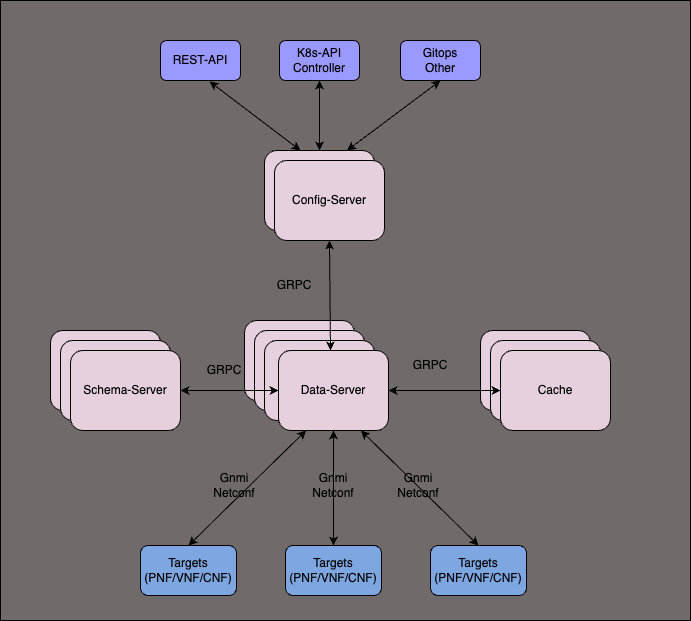
Above: docs/diagrams/sdc-architecture.drawio.png in sdcio/docs (draw.io), before the change. Source tidied: cells renumbered, new cells last; positions are measured from the earlier drawing's top-left corner, leaving out a move shared by most shapes. Source of this version:
```xml
<mxGraphModel>
  <root>
    <mxCell id="0" />
    <mxCell id="1" parent="0" />
    <mxCell id="2" style="rounded=0;whiteSpace=wrap;html=1;fillColor=#716A6A;" parent="1" vertex="1">
      <mxGeometry width="690" height="620" as="geometry" />
    </mxCell>
    <mxCell id="3" style="group;" parent="1" vertex="1">
      <mxGeometry x="50" y="40" width="560" height="555" as="geometry" />
    </mxCell>
    <mxCell id="4" value="Config-Server" style="rounded=1;whiteSpace=wrap;html=1;fillColor=#E6D0DE;" parent="3" vertex="1">
      <mxGeometry x="214" y="110" width="110" height="80" as="geometry" />
    </mxCell>
    <mxCell id="5" value="Gitops&lt;br&gt;Other" style="rounded=1;whiteSpace=wrap;html=1;fillColor=#9999FF;" parent="3" vertex="1">
      <mxGeometry x="350" width="80" height="40" as="geometry" />
    </mxCell>
    <mxCell id="6" value="REST-API" style="rounded=1;whiteSpace=wrap;html=1;fillColor=#9999FF;" parent="3" vertex="1">
      <mxGeometry x="110" width="80" height="40" as="geometry" />
    </mxCell>
    <mxCell id="7" value="K8s-API&lt;br&gt;Controller" style="rounded=1;whiteSpace=wrap;html=1;fillColor=#9999FF;" parent="3" vertex="1">
      <mxGeometry x="229" width="80" height="40" as="geometry" />
    </mxCell>
    <mxCell id="8" style="endArrow=classic;startArrow=classic;html=1;rounded=0;entryX=0.613;entryY=1.025;entryDx=0;entryDy=0;entryPerimeter=0;exitX=0.327;exitY=0;exitDx=0;exitDy=0;exitPerimeter=0;" parent="3" edge="1" source="4" target="6">
      <mxGeometry relative="1" as="geometry" />
    </mxCell>
    <mxCell id="9" style="endArrow=classic;startArrow=classic;html=1;rounded=0;entryX=0.5;entryY=1;entryDx=0;entryDy=0;exitX=0.5;exitY=0;exitDx=0;exitDy=0;" parent="3" edge="1" source="4" target="7">
      <mxGeometry relative="1" as="geometry" />
    </mxCell>
    <mxCell id="10" style="endArrow=classic;startArrow=classic;html=1;rounded=0;entryX=0.5;entryY=1;entryDx=0;entryDy=0;exitX=0.75;exitY=0;exitDx=0;exitDy=0;" parent="3" edge="1" source="4" target="5">
      <mxGeometry relative="1" as="geometry" />
    </mxCell>
    <mxCell id="11" value="Config-Server" style="rounded=1;whiteSpace=wrap;html=1;fillColor=#E6D0DE;" parent="3" vertex="1">
      <mxGeometry x="194" y="280" width="110" height="80" as="geometry" />
    </mxCell>
    <mxCell id="12" value="Config-Server" style="rounded=1;whiteSpace=wrap;html=1;fillColor=#E6D0DE;" parent="3" vertex="1">
      <mxGeometry x="224" y="120" width="110" height="80" as="geometry" />
    </mxCell>
    <mxCell id="13" value="Config-Server" style="rounded=1;whiteSpace=wrap;html=1;fillColor=#E6D0DE;" parent="3" vertex="1">
      <mxGeometry x="204" y="290" width="110" height="80" as="geometry" />
    </mxCell>
    <mxCell id="14" value="Config-Server" style="rounded=1;whiteSpace=wrap;html=1;fillColor=#E6D0DE;" parent="3" vertex="1">
      <mxGeometry x="214" y="300" width="110" height="80" as="geometry" />
    </mxCell>
    <mxCell id="15" value="Schema-Server" style="rounded=1;whiteSpace=wrap;html=1;fillColor=#E6D0DE;" parent="3" vertex="1">
      <mxGeometry y="290" width="110" height="80" as="geometry" />
    </mxCell>
    <mxCell id="16" value="Schema-Server" style="rounded=1;whiteSpace=wrap;html=1;fillColor=#E6D0DE;" parent="3" vertex="1">
      <mxGeometry x="10" y="300" width="110" height="80" as="geometry" />
    </mxCell>
    <mxCell id="17" value="Schema-Server" style="rounded=1;whiteSpace=wrap;html=1;fillColor=#E6D0DE;" parent="3" vertex="1">
      <mxGeometry x="430" y="290" width="110" height="80" as="geometry" />
    </mxCell>
    <mxCell id="18" value="Cache" style="rounded=1;whiteSpace=wrap;html=1;fillColor=#E6D0DE;" parent="3" vertex="1">
      <mxGeometry x="440" y="300" width="110" height="80" as="geometry" />
    </mxCell>
    <mxCell id="19" value="Data-Server" style="rounded=1;whiteSpace=wrap;html=1;fillColor=#E6D0DE;" parent="3" vertex="1">
      <mxGeometry x="228" y="310" width="110" height="80" as="geometry" />
    </mxCell>
    <mxCell id="20" value="Schema-Server" style="rounded=1;whiteSpace=wrap;html=1;fillColor=#E6D0DE;" parent="3" vertex="1">
      <mxGeometry x="20" y="310" width="110" height="80" as="geometry" />
    </mxCell>
    <mxCell id="21" style="endArrow=classic;startArrow=classic;html=1;rounded=0;exitX=1;exitY=0.5;exitDx=0;exitDy=0;" parent="3" edge="1" source="20" target="19">
      <mxGeometry relative="1" as="geometry" />
    </mxCell>
    <mxCell id="22" value="Cache" style="rounded=1;whiteSpace=wrap;html=1;fillColor=#E6D0DE;" parent="3" vertex="1">
      <mxGeometry x="450" y="310" width="110" height="80" as="geometry" />
    </mxCell>
    <mxCell id="23" style="endArrow=classic;startArrow=classic;html=1;rounded=0;entryX=0;entryY=0.5;entryDx=0;entryDy=0;exitX=1;exitY=0.5;exitDx=0;exitDy=0;" parent="3" edge="1" source="19" target="22">
      <mxGeometry relative="1" as="geometry" />
    </mxCell>
    <mxCell id="24" style="endArrow=classic;startArrow=classic;html=1;rounded=0;entryX=0.5;entryY=1;entryDx=0;entryDy=0;" parent="3" edge="1" target="12">
      <mxGeometry relative="1" as="geometry">
        <mxPoint x="280" y="310" as="sourcePoint" />
      </mxGeometry>
    </mxCell>
    <mxCell id="25" value="Targets&lt;br&gt;(PNF/VNF/CNF)" style="rounded=1;whiteSpace=wrap;html=1;fillColor=#7EA6E0;" parent="3" vertex="1">
      <mxGeometry x="90" y="505" width="96" height="50" as="geometry" />
    </mxCell>
    <mxCell id="26" value="Targets&lt;br&gt;(PNF/VNF/CNF)" style="rounded=1;whiteSpace=wrap;html=1;fillColor=#7EA6E0;" parent="3" vertex="1">
      <mxGeometry x="235" y="505" width="96" height="50" as="geometry" />
    </mxCell>
    <mxCell id="27" value="Targets&lt;br&gt;(PNF/VNF/CNF)" style="rounded=1;whiteSpace=wrap;html=1;fillColor=#7EA6E0;" parent="3" vertex="1">
      <mxGeometry x="380" y="505" width="96" height="50" as="geometry" />
    </mxCell>
    <mxCell id="28" style="endArrow=classic;startArrow=classic;html=1;rounded=0;exitX=0.5;exitY=0;exitDx=0;exitDy=0;entryX=0.25;entryY=1;entryDx=0;entryDy=0;" parent="3" edge="1" source="25" target="19">
      <mxGeometry relative="1" as="geometry" />
    </mxCell>
    <mxCell id="29" style="endArrow=classic;startArrow=classic;html=1;rounded=0;exitX=0.5;exitY=0;exitDx=0;exitDy=0;entryX=0.5;entryY=1;entryDx=0;entryDy=0;" parent="3" edge="1" source="26" target="19">
      <mxGeometry relative="1" as="geometry" />
    </mxCell>
    <mxCell id="30" style="endArrow=classic;startArrow=classic;html=1;rounded=0;exitX=0.5;exitY=0;exitDx=0;exitDy=0;entryX=0.75;entryY=1;entryDx=0;entryDy=0;" parent="3" edge="1" source="27" target="19">
      <mxGeometry relative="1" as="geometry" />
    </mxCell>
    <mxCell id="31" value="GRPC" style="text;html=1;strokeColor=none;fillColor=none;align=center;verticalAlign=middle;whiteSpace=wrap;rounded=0;" parent="3" vertex="1">
      <mxGeometry x="144" y="315" width="60" height="30" as="geometry" />
    </mxCell>
    <mxCell id="32" value="GRPC" style="text;html=1;strokeColor=none;fillColor=none;align=center;verticalAlign=middle;whiteSpace=wrap;rounded=0;" parent="3" vertex="1">
      <mxGeometry x="350" y="310" width="60" height="30" as="geometry" />
    </mxCell>
    <mxCell id="33" value="Gnmi&lt;br&gt;Netconf" style="text;html=1;strokeColor=none;fillColor=none;align=center;verticalAlign=middle;whiteSpace=wrap;rounded=0;" parent="3" vertex="1">
      <mxGeometry x="154" y="430" width="60" height="30" as="geometry" />
    </mxCell>
    <mxCell id="34" value="Gnmi&lt;br&gt;Netconf" style="text;html=1;strokeColor=none;fillColor=none;align=center;verticalAlign=middle;whiteSpace=wrap;rounded=0;" parent="3" vertex="1">
      <mxGeometry x="253" y="430" width="60" height="30" as="geometry" />
    </mxCell>
    <mxCell id="35" value="Gnmi&lt;br&gt;Netconf" style="text;html=1;strokeColor=none;fillColor=none;align=center;verticalAlign=middle;whiteSpace=wrap;rounded=0;" parent="3" vertex="1">
      <mxGeometry x="338" y="430" width="60" height="30" as="geometry" />
    </mxCell>
    <mxCell id="36" value="GRPC" style="text;html=1;strokeColor=none;fillColor=none;align=center;verticalAlign=middle;whiteSpace=wrap;rounded=0;" parent="3" vertex="1">
      <mxGeometry x="214" y="230" width="60" height="30" as="geometry" />
    </mxCell>
  </root>
</mxGraphModel>
```
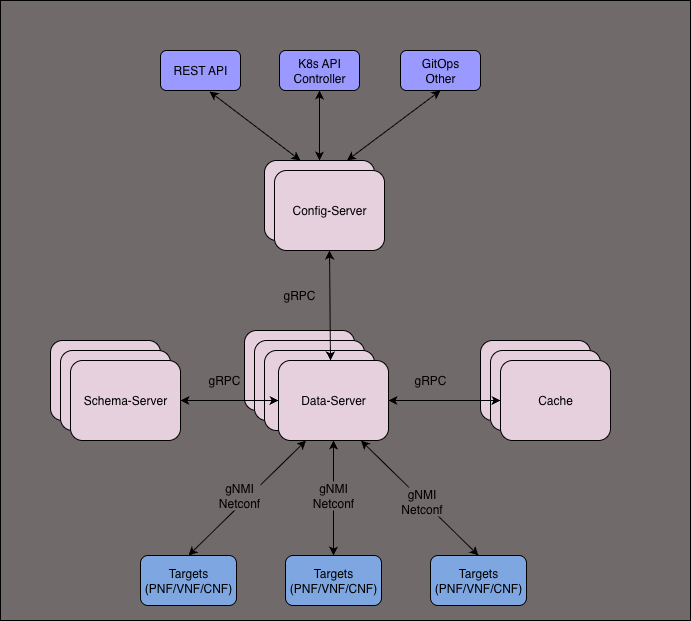
After the commit.

Change to the diagram source:
```diff
@@ -6,18 +6,18 @@
       <mxGeometry width="690" height="620" as="geometry" />
     </mxCell>
     <mxCell id="3" style="group;" parent="1" vertex="1">
-      <mxGeometry x="50" y="40" width="560" height="555" as="geometry" />
+      <mxGeometry x="50" y="50" width="560" height="555" as="geometry" />
     </mxCell>
     <mxCell id="4" value="Config-Server" style="rounded=1;whiteSpace=wrap;html=1;fillColor=#E6D0DE;" parent="3" vertex="1">
       <mxGeometry x="214" y="110" width="110" height="80" as="geometry" />
     </mxCell>
-    <mxCell id="5" value="Gitops&lt;br&gt;Other" style="rounded=1;whiteSpace=wrap;html=1;fillColor=#9999FF;" parent="3" vertex="1">
+    <mxCell id="5" value="GitOps&lt;br&gt;Other" style="rounded=1;whiteSpace=wrap;html=1;fillColor=#9999FF;" parent="3" vertex="1">
       <mxGeometry x="350" width="80" height="40" as="geometry" />
     </mxCell>
-    <mxCell id="6" value="REST-API" style="rounded=1;whiteSpace=wrap;html=1;fillColor=#9999FF;" parent="3" vertex="1">
+    <mxCell id="6" value="REST API" style="rounded=1;whiteSpace=wrap;html=1;fillColor=#9999FF;" parent="3" vertex="1">
       <mxGeometry x="110" width="80" height="40" as="geometry" />
     </mxCell>
-    <mxCell id="7" value="K8s-API&lt;br&gt;Controller" style="rounded=1;whiteSpace=wrap;html=1;fillColor=#9999FF;" parent="3" vertex="1">
+    <mxCell id="7" value="K8s API&lt;br&gt;Controller" style="rounded=1;whiteSpace=wrap;html=1;fillColor=#9999FF;" parent="3" vertex="1">
       <mxGeometry x="229" width="80" height="40" as="geometry" />
     </mxCell>
     <mxCell id="8" style="endArrow=classic;startArrow=classic;html=1;rounded=0;entryX=0.613;entryY=1.025;entryDx=0;entryDy=0;entryPerimeter=0;exitX=0.327;exitY=0;exitDx=0;exitDy=0;exitPerimeter=0;" parent="3" edge="1" source="4" target="6">
@@ -88,26 +88,26 @@
     <mxCell id="29" style="endArrow=classic;startArrow=classic;html=1;rounded=0;exitX=0.5;exitY=0;exitDx=0;exitDy=0;entryX=0.5;entryY=1;entryDx=0;entryDy=0;" parent="3" edge="1" source="26" target="19">
       <mxGeometry relative="1" as="geometry" />
     </mxCell>
-    <mxCell id="30" style="endArrow=classic;startArrow=classic;html=1;rounded=0;exitX=0.5;exitY=0;exitDx=0;exitDy=0;entryX=0.75;entryY=1;entryDx=0;entryDy=0;" parent="3" edge="1" source="27" target="19">
+    <mxCell id="30" style="endArrow=classic;startArrow=classic;html=1;rounded=0;exitX=0.5;exitY=0;exitDx=0;exitDy=0;entryX=0.75;entryY=1;entryDx=0;entryDy=0;jumpStyle=gap;" parent="3" edge="1" source="27" target="19">
       <mxGeometry relative="1" as="geometry" />
     </mxCell>
+    <mxCell id="37" value="&lt;span style=&quot;font-size: 12px; text-wrap-mode: wrap;&quot;&gt;gNMI&lt;/span&gt;&lt;br style=&quot;font-size: 12px; text-wrap-mode: wrap;&quot;&gt;&lt;span style=&quot;font-size: 12px; text-wrap-mode: wrap;&quot;&gt;Netconf&lt;/span&gt;" style="edgeLabel;html=1;align=center;verticalAlign=middle;labelBackgroundColor=#716A6A;" parent="30" vertex="1">
+      <mxGeometry x="-0.04" y="1" relative="1" as="geometry" />
+    </mxCell>
-    <mxCell id="31" value="GRPC" style="text;html=1;strokeColor=none;fillColor=none;align=center;verticalAlign=middle;whiteSpace=wrap;rounded=0;" parent="3" vertex="1">
+    <mxCell id="31" value="gRPC" style="text;html=1;strokeColor=none;fillColor=none;align=center;verticalAlign=middle;whiteSpace=wrap;rounded=0;" parent="3" vertex="1">
       <mxGeometry x="144" y="315" width="60" height="30" as="geometry" />
     </mxCell>
-    <mxCell id="32" value="GRPC" style="text;html=1;strokeColor=none;fillColor=none;align=center;verticalAlign=middle;whiteSpace=wrap;rounded=0;" parent="3" vertex="1">
-      <mxGeometry x="350" y="310" width="60" height="30" as="geometry" />
+    <mxCell id="32" value="gRPC" style="text;html=1;strokeColor=none;fillColor=none;align=center;verticalAlign=middle;whiteSpace=wrap;rounded=0;" parent="3" vertex="1">
+      <mxGeometry x="350" y="315" width="60" height="30" as="geometry" />
     </mxCell>
-    <mxCell id="33" value="Gnmi&lt;br&gt;Netconf" style="text;html=1;strokeColor=none;fillColor=none;align=center;verticalAlign=middle;whiteSpace=wrap;rounded=0;" parent="3" vertex="1">
-      <mxGeometry x="154" y="430" width="60" height="30" as="geometry" />
+    <mxCell id="33" value="gNMI&lt;br&gt;Netconf" style="text;html=1;strokeColor=none;fillColor=none;align=center;verticalAlign=middle;whiteSpace=wrap;rounded=0;labelBackgroundColor=#716A6A;" parent="3" vertex="1">
+      <mxGeometry x="159" y="430" width="60" height="30" as="geometry" />
     </mxCell>
-    <mxCell id="34" value="Gnmi&lt;br&gt;Netconf" style="text;html=1;strokeColor=none;fillColor=none;align=center;verticalAlign=middle;whiteSpace=wrap;rounded=0;" parent="3" vertex="1">
+    <mxCell id="34" value="gNMI&lt;br&gt;Netconf" style="text;html=1;strokeColor=none;fillColor=none;align=center;verticalAlign=middle;whiteSpace=wrap;rounded=0;labelBackgroundColor=#716A6A;" parent="3" vertex="1">
       <mxGeometry x="253" y="430" width="60" height="30" as="geometry" />
     </mxCell>
-    <mxCell id="35" value="Gnmi&lt;br&gt;Netconf" style="text;html=1;strokeColor=none;fillColor=none;align=center;verticalAlign=middle;whiteSpace=wrap;rounded=0;" parent="3" vertex="1">
-      <mxGeometry x="338" y="430" width="60" height="30" as="geometry" />
-    </mxCell>
-    <mxCell id="36" value="GRPC" style="text;html=1;strokeColor=none;fillColor=none;align=center;verticalAlign=middle;whiteSpace=wrap;rounded=0;" parent="3" vertex="1">
-      <mxGeometry x="214" y="230" width="60" height="30" as="geometry" />
+    <mxCell id="36" value="gRPC" style="text;html=1;strokeColor=none;fillColor=none;align=center;verticalAlign=middle;whiteSpace=wrap;rounded=0;" parent="3" vertex="1">
+      <mxGeometry x="219" y="230" width="60" height="30" as="geometry" />
     </mxCell>
   </root>
 </mxGraphModel>
```
